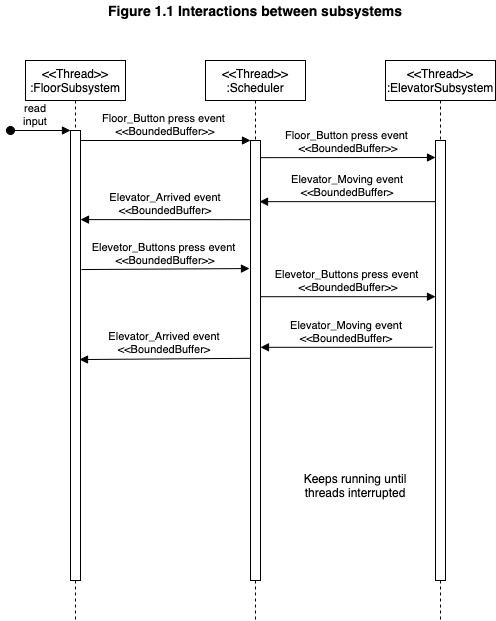
This is UML Diagrams/UML_Sequence_Diagram.png from martindmtrv/elevator-project, a draw.io export, as it was before one commit. Source tidied: cells renumbered, new cells last; positions are measured from the earlier drawing's top-left corner, leaving out a move shared by most shapes.
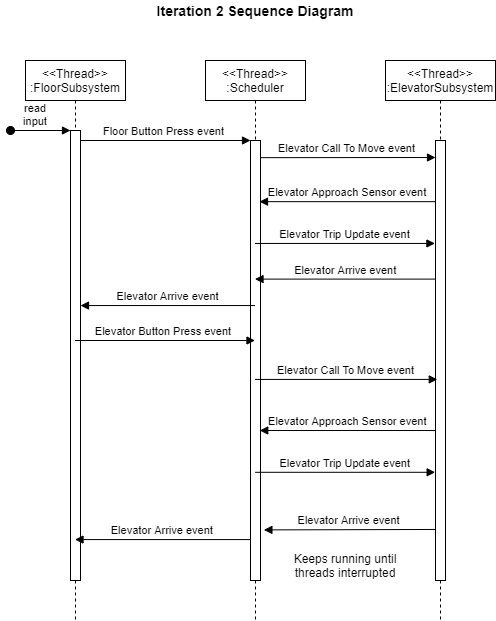
After the commit.

The edit, as a diff of the source:
```diff
@@ -19,10 +19,10 @@
     <mxCell id="6" style="points=[];perimeter=orthogonalPerimeter;rounded=0;shadow=0;strokeWidth=1;" parent="5" vertex="1">
       <mxGeometry x="45" y="80" width="10" height="440" as="geometry" />
     </mxCell>
-    <mxCell id="7" value="Floor_Button press event &#10;&lt;&lt;BoundedBuffer&gt;&gt;" style="verticalAlign=bottom;endArrow=block;entryX=0;entryY=0;shadow=0;strokeWidth=1;" parent="1" edge="1" source="3" target="6">
+    <mxCell id="7" value="Floor Button Press event " style="verticalAlign=bottom;endArrow=block;entryX=0;entryY=0;shadow=0;strokeWidth=1;" parent="1" edge="1" source="3" target="6">
       <mxGeometry relative="1" as="geometry" />
     </mxCell>
-    <mxCell id="8" value="Elevator_Moving event&#10;&lt;&lt;BoundedBuffer&gt;" style="verticalAlign=bottom;endArrow=block;shadow=0;strokeWidth=1;entryX=0.9;entryY=0.139;entryDx=0;entryDy=0;entryPerimeter=0;exitX=0;exitY=0.139;exitDx=0;exitDy=0;exitPerimeter=0;" parent="1" edge="1" source="10" target="6">
+    <mxCell id="8" value="Elevator Approach Sensor event" style="verticalAlign=bottom;endArrow=block;shadow=0;strokeWidth=1;entryX=0.9;entryY=0.139;entryDx=0;entryDy=0;entryPerimeter=0;exitX=0;exitY=0.139;exitDx=0;exitDy=0;exitPerimeter=0;" parent="1" edge="1" source="10" target="6">
       <mxGeometry relative="1" as="geometry" />
     </mxCell>
     <mxCell id="9" value="&lt;&lt;Thread&gt;&gt;&#10;:ElevatorSubsystem" style="shape=umlLifeline;perimeter=lifelinePerimeter;rounded=0;shadow=0;strokeWidth=1;" parent="1" vertex="1">
@@ -31,31 +31,49 @@
     <mxCell id="10" style="points=[];perimeter=orthogonalPerimeter;rounded=0;shadow=0;strokeWidth=1;" parent="9" vertex="1">
       <mxGeometry x="50" y="80" width="10" height="440" as="geometry" />
     </mxCell>
-    <mxCell id="11" value="Floor_Button press event &#10;&lt;&lt;BoundedBuffer&gt;&gt;" style="verticalAlign=bottom;endArrow=block;shadow=0;strokeWidth=1;exitX=1;exitY=0.039;exitDx=0;exitDy=0;exitPerimeter=0;" parent="1" edge="1" source="6">
+    <mxCell id="11" value="Elevator Call To Move event " style="verticalAlign=bottom;endArrow=block;shadow=0;strokeWidth=1;exitX=1;exitY=0.039;exitDx=0;exitDy=0;exitPerimeter=0;" parent="1" edge="1" source="6">
       <mxGeometry relative="1" as="geometry">
         <mxPoint x="425" y="157" as="targetPoint" />
       </mxGeometry>
     </mxCell>
-    <mxCell id="12" value="Elevator_Arrived event&#10;&lt;&lt;BoundedBuffer&gt;" style="verticalAlign=bottom;endArrow=block;shadow=0;strokeWidth=1;exitX=0;exitY=0.18;exitDx=0;exitDy=0;exitPerimeter=0;entryX=1;entryY=0.198;entryDx=0;entryDy=0;entryPerimeter=0;" parent="1" edge="1" source="6" target="3">
+    <mxCell id="12" value="Elevator Arrive event" style="verticalAlign=bottom;endArrow=block;shadow=0;strokeWidth=1;entryX=1;entryY=0.389;entryDx=0;entryDy=0;entryPerimeter=0;" parent="1" edge="1" source="5" target="3">
       <mxGeometry relative="1" as="geometry" />
     </mxCell>
-    <mxCell id="13" value="Elevetor_Buttons press event &#10;&lt;&lt;BoundedBuffer&gt;&gt;" style="verticalAlign=bottom;endArrow=block;shadow=0;strokeWidth=1;exitX=1.1;exitY=0.309;exitDx=0;exitDy=0;exitPerimeter=0;entryX=-0.1;entryY=0.291;entryDx=0;entryDy=0;entryPerimeter=0;" parent="1" edge="1" source="3" target="6">
+    <mxCell id="13" value="Elevator Button Press event " style="verticalAlign=bottom;endArrow=block;shadow=0;strokeWidth=1;" parent="1" edge="1" source="2" target="5">
       <mxGeometry relative="1" as="geometry" />
     </mxCell>
-    <mxCell id="14" value="Elevetor_Buttons press event &#10;&lt;&lt;BoundedBuffer&gt;&gt;" style="verticalAlign=bottom;endArrow=block;shadow=0;strokeWidth=1;exitX=1;exitY=0.355;exitDx=0;exitDy=0;exitPerimeter=0;entryX=0;entryY=0.355;entryDx=0;entryDy=0;entryPerimeter=0;" parent="1" edge="1" source="6" target="10">
+    <mxCell id="14" value="Elevator Call To Move event" style="verticalAlign=bottom;endArrow=block;shadow=0;strokeWidth=1;entryX=0.18;entryY=0.543;entryDx=0;entryDy=0;entryPerimeter=0;" parent="1" edge="1" source="5" target="10">
       <mxGeometry relative="1" as="geometry" />
     </mxCell>
-    <mxCell id="15" value="Elevator_Moving event&#10;&lt;&lt;BoundedBuffer&gt;" style="verticalAlign=bottom;endArrow=block;shadow=0;strokeWidth=1;entryX=1;entryY=0.47;entryDx=0;entryDy=0;entryPerimeter=0;exitX=-0.3;exitY=0.47;exitDx=0;exitDy=0;exitPerimeter=0;" parent="1" edge="1" source="10" target="6">
+    <mxCell id="15" value="Elevator Arrive event" style="verticalAlign=bottom;endArrow=block;shadow=0;strokeWidth=1;entryX=1.34;entryY=0.885;entryDx=0;entryDy=0;entryPerimeter=0;exitX=-0.04;exitY=0.884;exitDx=0;exitDy=0;exitPerimeter=0;" parent="1" edge="1" source="10" target="6">
       <mxGeometry relative="1" as="geometry" />
     </mxCell>
-    <mxCell id="16" value="Elevator_Arrived event&#10;&lt;&lt;BoundedBuffer&gt;" style="verticalAlign=bottom;endArrow=block;shadow=0;strokeWidth=1;entryX=0.9;entryY=0.509;entryDx=0;entryDy=0;entryPerimeter=0;exitX=0;exitY=0.495;exitDx=0;exitDy=0;exitPerimeter=0;" parent="1" edge="1" source="6" target="3">
+    <mxCell id="16" value="Elevator Arrive event" style="verticalAlign=bottom;endArrow=block;shadow=0;strokeWidth=1;exitX=-0.02;exitY=0.907;exitDx=0;exitDy=0;exitPerimeter=0;" parent="1" edge="1" source="6" target="2">
       <mxGeometry relative="1" as="geometry" />
     </mxCell>
     <mxCell id="17" value="Keeps running until threads interrupted" style="text;html=1;strokeColor=none;fillColor=none;align=center;verticalAlign=middle;whiteSpace=wrap;rounded=0;" parent="1" vertex="1">
-      <mxGeometry x="285" y="470" width="120" height="30" as="geometry" />
+      <mxGeometry x="275" y="550" width="120" height="30" as="geometry" />
     </mxCell>
-    <mxCell id="18" value="&lt;font style=&quot;font-size: 14px&quot;&gt;&lt;b&gt;Figure 1.1 Interactions between subsystems&lt;/b&gt;&lt;/font&gt;" style="text;html=1;strokeColor=none;fillColor=none;align=center;verticalAlign=middle;whiteSpace=wrap;rounded=0;" parent="1" vertex="1">
+    <mxCell id="18" value="&lt;font style=&quot;font-size: 14px&quot;&gt;&lt;b&gt;Iteration 2 Sequence Diagram&lt;/b&gt;&lt;/font&gt;" style="text;html=1;strokeColor=none;fillColor=none;align=center;verticalAlign=middle;whiteSpace=wrap;rounded=0;" parent="1" vertex="1">
       <mxGeometry x="70" width="350" height="20" as="geometry" />
     </mxCell>
+    <mxCell id="19" value="Elevator Trip Update event" style="verticalAlign=bottom;endArrow=block;shadow=0;strokeWidth=1;entryX=-0.06;entryY=0.234;entryDx=0;entryDy=0;entryPerimeter=0;" parent="1" edge="1" source="5" target="10">
+      <mxGeometry relative="1" as="geometry" />
+    </mxCell>
+    <mxCell id="20" value="Elevator Arrive event" style="verticalAlign=bottom;endArrow=block;shadow=0;strokeWidth=1;exitX=0.02;exitY=0.315;exitDx=0;exitDy=0;exitPerimeter=0;" parent="1" edge="1" source="10" target="5">
+      <mxGeometry relative="1" as="geometry" />
+    </mxCell>
+    <mxCell id="21" value="Elevator Approach Sensor event" style="verticalAlign=bottom;endArrow=block;shadow=0;strokeWidth=1;entryX=0.9;entryY=0.139;entryDx=0;entryDy=0;entryPerimeter=0;exitX=0;exitY=0.139;exitDx=0;exitDy=0;exitPerimeter=0;" parent="1" edge="1">
+      <mxGeometry relative="1" as="geometry">
+        <mxPoint x="425.2" y="430" as="sourcePoint" />
+        <mxPoint x="249.2" y="430" as="targetPoint" />
+      </mxGeometry>
+    </mxCell>
+    <mxCell id="22" value="Elevator Trip Update event" style="verticalAlign=bottom;endArrow=block;shadow=0;strokeWidth=1;entryX=-0.06;entryY=0.234;entryDx=0;entryDy=0;entryPerimeter=0;" parent="1" edge="1">
+      <mxGeometry relative="1" as="geometry">
+        <mxPoint x="244.8" y="471.8" as="sourcePoint" />
+        <mxPoint x="424.7" y="471.8" as="targetPoint" />
+      </mxGeometry>
+    </mxCell>
   </root>
 </mxGraphModel>
```
